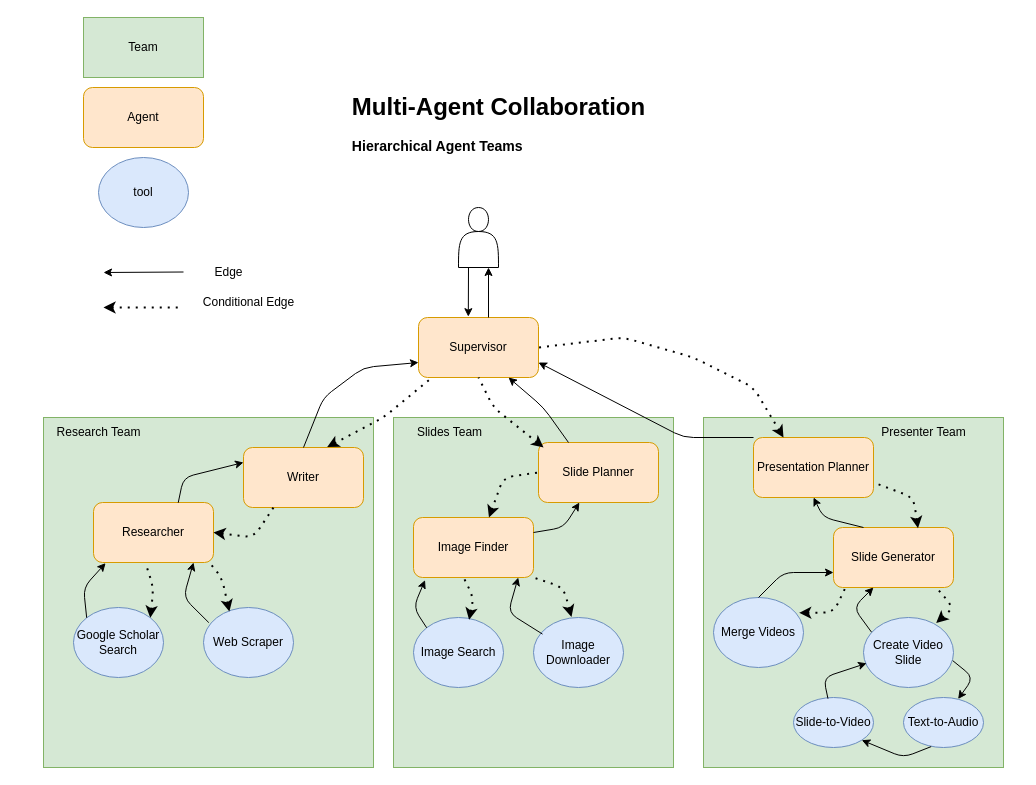
This is architecture.drawio from cyrus2281/MAC-SlideGenerator, a draw.io file, before an edit. Source tidied: cells renumbered, new cells numbered last; positions are measured from the earlier drawing's top-left corner, leaving out a move shared by most shapes. Both pictures are drawn from the tidied source at 100%, with x=0, y=0 at pixel (43, 17).
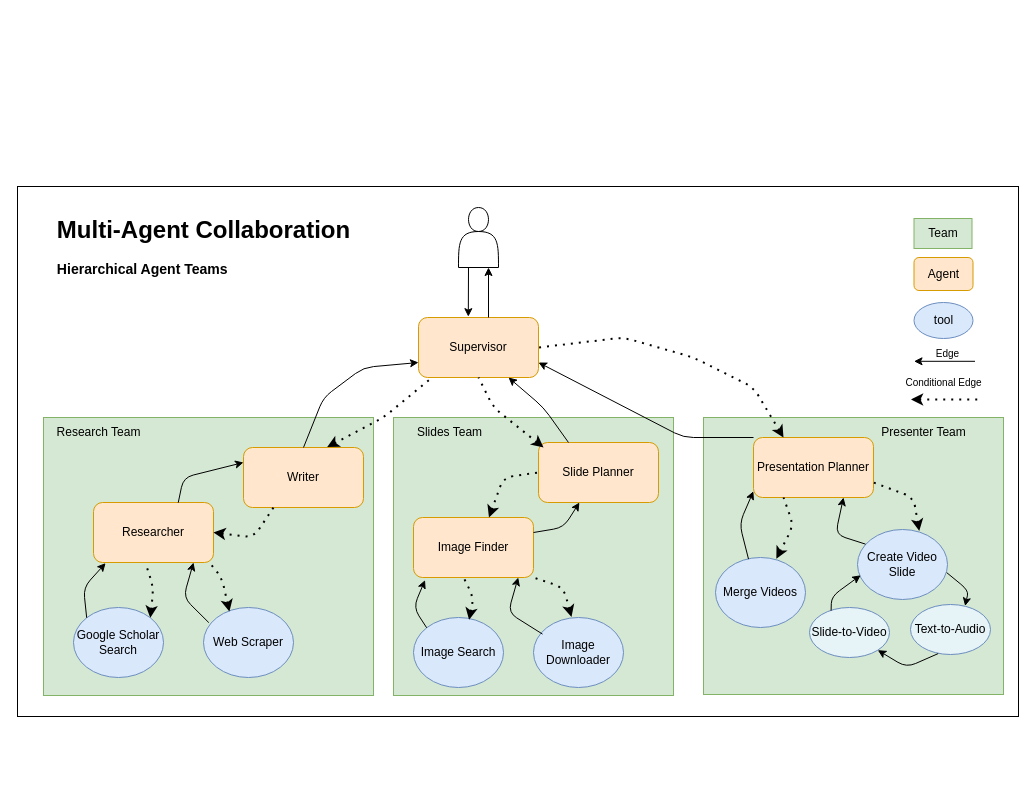
Above is the later version.

Unchanged cells that the change refers to:
```xml
<mxCell id="21" value="Presentation Planner" style="rounded=1;whiteSpace=wrap;html=1;fillColor=#ffe6cc;strokeColor=#d79b00;" parent="1" vertex="1">
  <mxGeometry x="710" y="420" width="120" height="60" as="geometry" />
</mxCell>
```

What changed in the source:
```diff
@@
+    <mxCell id="61" style="rounded=0;whiteSpace=wrap;html=1;fontSize=10;" parent="1" vertex="1">
+      <mxGeometry x="-26" y="169" width="1001" height="530" as="geometry" />
+    </mxCell>
     <mxCell id="2" style="rounded=0;whiteSpace=wrap;html=1;fillColor=#d5e8d4;strokeColor=#82b366;" parent="1" vertex="1">
-      <mxGeometry x="660" y="400" width="300" height="350" as="geometry" />
+      <mxGeometry x="660" y="400" width="300" height="277" as="geometry" />
     </mxCell>
     <mxCell id="3" style="rounded=0;whiteSpace=wrap;html=1;fillColor=#d5e8d4;strokeColor=#82b366;" parent="1" vertex="1">
-      <mxGeometry x="350" y="400" width="280" height="350" as="geometry" />
+      <mxGeometry x="350" y="400" width="280" height="278" as="geometry" />
     </mxCell>
     <mxCell id="4" style="rounded=0;whiteSpace=wrap;html=1;fillColor=#d5e8d4;strokeColor=#82b366;" parent="1" vertex="1">
-      <mxGeometry y="400" width="330" height="350" as="geometry" />
+      <mxGeometry y="400" width="330" height="278" as="geometry" />
     </mxCell>
     <mxCell id="5" value="&lt;h1 style=&quot;text-align: left;&quot;&gt;Multi-Agent Collaboration&lt;/h1&gt;&lt;h3 style=&quot;text-align: left;&quot;&gt;&lt;span style=&quot;background-color: initial;&quot;&gt;Hierarchical Agent Teams&lt;/span&gt;&lt;/h3&gt;" style="text;html=1;align=center;verticalAlign=middle;strokeColor=none;fillColor=none;" parent="1" vertex="1">
-      <mxGeometry x="295" y="50" width="320" height="110" as="geometry" />
+      <mxGeometry y="173" width="320" height="110" as="geometry" />
     </mxCell>
@@
     <mxCell id="7" value="Agent" style="rounded=1;whiteSpace=wrap;html=1;fillColor=#ffe6cc;strokeColor=#d79b00;" parent="1" vertex="1">
-      <mxGeometry x="40" y="70" width="120" height="60" as="geometry" />
+      <mxGeometry x="870.5" y="240" width="59" height="33" as="geometry" />
     </mxCell>
     <mxCell id="8" style="endArrow=none;dashed=1;html=1;dashPattern=1 3;strokeWidth=2;startArrow=classic;startFill=1;" parent="1" edge="1">
       <mxGeometry relative="1" as="geometry">
-        <mxPoint x="60" y="290" as="sourcePoint" />
-        <mxPoint x="140" y="290" as="targetPoint" />
+        <mxPoint x="867.5" y="382" as="sourcePoint" />
+        <mxPoint x="934.5" y="382" as="targetPoint" />
       </mxGeometry>
     </mxCell>
-    <mxCell id="9" value="Conditional Edge" style="text;html=1;align=center;verticalAlign=middle;strokeColor=none;fillColor=none;" parent="1" vertex="1">
-      <mxGeometry x="150" y="270" width="110" height="30" as="geometry" />
+    <mxCell id="9" value="&lt;font style=&quot;font-size: 10px;&quot;&gt;Conditional Edge&lt;/font&gt;" style="text;html=1;align=center;verticalAlign=middle;strokeColor=none;fillColor=none;" parent="1" vertex="1">
+      <mxGeometry x="853" y="352" width="94" height="26" as="geometry" />
     </mxCell>
-    <mxCell id="10" value="Edge" style="text;html=1;align=center;verticalAlign=middle;strokeColor=none;fillColor=none;" parent="1" vertex="1">
-      <mxGeometry x="160" y="240" width="50" height="30" as="geometry" />
+    <mxCell id="10" value="&lt;font style=&quot;font-size: 10px;&quot;&gt;Edge&lt;/font&gt;" style="text;html=1;align=center;verticalAlign=middle;strokeColor=none;fillColor=none;" parent="1" vertex="1">
+      <mxGeometry x="883.5" y="323" width="41" height="26" as="geometry" />
     </mxCell>
     <mxCell id="11" style="endArrow=classic;html=1;" parent="1" edge="1">
       <mxGeometry relative="1" as="geometry">
-        <mxPoint x="140" y="254.5" as="sourcePoint" />
-        <mxPoint x="60" y="255" as="targetPoint" />
+        <mxPoint x="931.5" y="343.8" as="sourcePoint" />
+        <mxPoint x="870.5" y="343.8" as="targetPoint" />
       </mxGeometry>
     </mxCell>
@@
     <mxCell id="15" value="Team" style="rounded=0;whiteSpace=wrap;html=1;fillColor=#d5e8d4;strokeColor=#82b366;" parent="1" vertex="1">
-      <mxGeometry x="40" width="120" height="60" as="geometry" />
+      <mxGeometry x="870.5" y="201" width="58" height="30" as="geometry" />
     </mxCell>
@@
     <mxCell id="18" value="tool" style="ellipse;whiteSpace=wrap;html=1;fillColor=#dae8fc;strokeColor=#6c8ebf;" parent="1" vertex="1">
-      <mxGeometry x="55" y="140" width="90" height="70" as="geometry" />
+      <mxGeometry x="870.5" y="285" width="59" height="36" as="geometry" />
     </mxCell>
@@
-    <mxCell id="25" value="Slide Generator" style="rounded=1;whiteSpace=wrap;html=1;fillColor=#ffe6cc;strokeColor=#d79b00;" parent="1" vertex="1">
-      <mxGeometry x="790" y="510" width="120" height="60" as="geometry" />
-    </mxCell>
     <mxCell id="26" value="Merge Videos" style="ellipse;whiteSpace=wrap;html=1;fillColor=#dae8fc;strokeColor=#6c8ebf;" parent="1" vertex="1">
-      <mxGeometry x="670" y="580" width="90" height="70" as="geometry" />
+      <mxGeometry x="672" y="540" width="90" height="70" as="geometry" />
     </mxCell>
     <mxCell id="27" value="Create Video Slide" style="ellipse;whiteSpace=wrap;html=1;fillColor=#dae8fc;strokeColor=#6c8ebf;" parent="1" vertex="1">
-      <mxGeometry x="820" y="600" width="90" height="70" as="geometry" />
+      <mxGeometry x="814" y="512" width="90" height="70" as="geometry" />
     </mxCell>
@@
-    <mxCell id="32" style="endArrow=classic;html=1;entryX=0;entryY=0.75;entryDx=0;entryDy=0;exitX=0.5;exitY=0;exitDx=0;exitDy=0;" parent="1" edge="1" source="26" target="25">
+    <mxCell id="32" style="endArrow=classic;html=1;entryX=-0.001;entryY=0.896;entryDx=0;entryDy=0;exitX=0.367;exitY=0.023;exitDx=0;exitDy=0;entryPerimeter=0;exitPerimeter=0;" parent="1" edge="1" source="26" target="21">
       <mxGeometry relative="1" as="geometry">
         <Array as="points">
-          <mxPoint x="740" y="555" />
+          <mxPoint x="696" y="506" />
         </Array>
       </mxGeometry>
     </mxCell>
-    <mxCell id="33" style="endArrow=classic;html=1;entryX=0.333;entryY=1;entryDx=0;entryDy=0;exitX=0.089;exitY=0.209;exitDx=0;exitDy=0;entryPerimeter=0;exitPerimeter=0;" parent="1" edge="1" source="27" target="25">
+    <mxCell id="33" style="endArrow=classic;html=1;entryX=0.75;entryY=1;entryDx=0;entryDy=0;exitX=0.089;exitY=0.209;exitDx=0;exitDy=0;exitPerimeter=0;" parent="1" edge="1" source="27" target="21">
       <mxGeometry relative="1" as="geometry">
         <Array as="points">
-          <mxPoint x="810" y="590" />
+          <mxPoint x="792" y="517" />
         </Array>
       </mxGeometry>
     </mxCell>
@@
-    <mxCell id="38" style="endArrow=none;dashed=1;html=1;dashPattern=1 3;strokeWidth=2;startArrow=classic;startFill=1;entryX=0.098;entryY=1.009;entryDx=0;entryDy=0;entryPerimeter=0;exitX=0.952;exitY=0.219;exitDx=0;exitDy=0;exitPerimeter=0;" parent="1" edge="1" source="26" target="25">
+    <mxCell id="38" style="endArrow=none;dashed=1;html=1;dashPattern=1 3;strokeWidth=2;startArrow=classic;startFill=1;entryX=0.25;entryY=1;entryDx=0;entryDy=0;exitX=0.676;exitY=0.017;exitDx=0;exitDy=0;exitPerimeter=0;" parent="1" edge="1" source="26" target="21">
       <mxGeometry relative="1" as="geometry">
         <Array as="points">
-          <mxPoint x="790" y="595" />
+          <mxPoint x="750" y="508" />
         </Array>
       </mxGeometry>
     </mxCell>
-    <mxCell id="39" style="endArrow=none;dashed=1;html=1;dashPattern=1 3;strokeWidth=2;startArrow=classic;startFill=1;entryX=0.852;entryY=0.99;entryDx=0;entryDy=0;entryPerimeter=0;exitX=0.808;exitY=0.078;exitDx=0;exitDy=0;exitPerimeter=0;" parent="1" edge="1" source="27" target="25">
-      <mxGeometry relative="1" as="geometry">
-        <Array as="points">
-          <mxPoint x="910" y="590" />
-        </Array>
-      </mxGeometry>
-    </mxCell>
-    <mxCell id="40" style="endArrow=none;dashed=1;html=1;dashPattern=1 3;strokeWidth=2;startArrow=classic;startFill=1;entryX=1;entryY=0.75;entryDx=0;entryDy=0;exitX=0.704;exitY=0.011;exitDx=0;exitDy=0;exitPerimeter=0;" parent="1" edge="1" source="25" target="21">
+    <mxCell id="40" style="endArrow=none;dashed=1;html=1;dashPattern=1 3;strokeWidth=2;startArrow=classic;startFill=1;entryX=1;entryY=0.75;entryDx=0;entryDy=0;exitX=0.686;exitY=0.02;exitDx=0;exitDy=0;exitPerimeter=0;" parent="1" edge="1" source="27" target="21">
       <mxGeometry relative="1" as="geometry">
         <Array as="points">
           <mxPoint x="870" y="480" />
         </Array>
       </mxGeometry>
     </mxCell>
@@
-    <mxCell id="43" style="endArrow=classic;html=1;exitX=0.25;exitY=0;exitDx=0;exitDy=0;entryX=0.5;entryY=1;entryDx=0;entryDy=0;" parent="1" edge="1" source="25" target="21">
-      <mxGeometry relative="1" as="geometry">
-        <Array as="points">
-          <mxPoint x="780" y="500" />
-        </Array>
-      </mxGeometry>
-    </mxCell>
@@
-    <mxCell id="56" value="Text-to-Audio" style="ellipse;whiteSpace=wrap;html=1;fillColor=#dae8fc;strokeColor=#6c8ebf;" parent="1" vertex="1">
-      <mxGeometry x="860" y="680" width="80" height="50" as="geometry" />
+    <mxCell id="56" value="Text-to-Audio" style="ellipse;whiteSpace=wrap;html=1;fillColor=#e6f3f7;strokeColor=#6c8ebf;" parent="1" vertex="1">
+      <mxGeometry x="867" y="587" width="80" height="50" as="geometry" />
     </mxCell>
-    <mxCell id="57" value="Slide-to-Video" style="ellipse;whiteSpace=wrap;html=1;fillColor=#dae8fc;strokeColor=#6c8ebf;" parent="1" vertex="1">
-      <mxGeometry x="750" y="680" width="80" height="50" as="geometry" />
+    <mxCell id="57" value="Slide-to-Video" style="ellipse;whiteSpace=wrap;html=1;fillColor=#E6F3F7;strokeColor=#6c8ebf;" parent="1" vertex="1">
+      <mxGeometry x="766" y="590" width="80" height="50" as="geometry" />
     </mxCell>
     <mxCell id="58" style="endArrow=classic;html=1;exitX=0.991;exitY=0.616;exitDx=0;exitDy=0;entryX=0.683;entryY=0.03;entryDx=0;entryDy=0;exitPerimeter=0;entryPerimeter=0;" parent="1" edge="1" source="27" target="56">
       <mxGeometry relative="1" as="geometry">
         <Array as="points">
-          <mxPoint x="930" y="660" />
+          <mxPoint x="925" y="573" />
         </Array>
       </mxGeometry>
     </mxCell>
     <mxCell id="59" style="endArrow=classic;html=1;exitX=0.346;exitY=0.982;exitDx=0;exitDy=0;entryX=1;entryY=1;entryDx=0;entryDy=0;exitPerimeter=0;" parent="1" edge="1" source="56" target="57">
       <mxGeometry relative="1" as="geometry">
         <Array as="points">
-          <mxPoint x="860" y="740" />
+          <mxPoint x="863" y="650" />
         </Array>
       </mxGeometry>
     </mxCell>
-    <mxCell id="60" style="endArrow=classic;html=1;exitX=0.431;exitY=0.023;exitDx=0;exitDy=0;entryX=0.035;entryY=0.654;entryDx=0;entryDy=0;exitPerimeter=0;entryPerimeter=0;" parent="1" edge="1" source="57" target="27">
+    <mxCell id="60" style="endArrow=classic;html=1;exitX=0.27;exitY=0.062;exitDx=0;exitDy=0;entryX=0.035;entryY=0.654;entryDx=0;entryDy=0;entryPerimeter=0;exitPerimeter=0;" parent="1" edge="1" source="57" target="27">
       <mxGeometry relative="1" as="geometry">
         <Array as="points">
-          <mxPoint x="780" y="660" />
+          <mxPoint x="788" y="579" />
         </Array>
       </mxGeometry>
     </mxCell>
```
